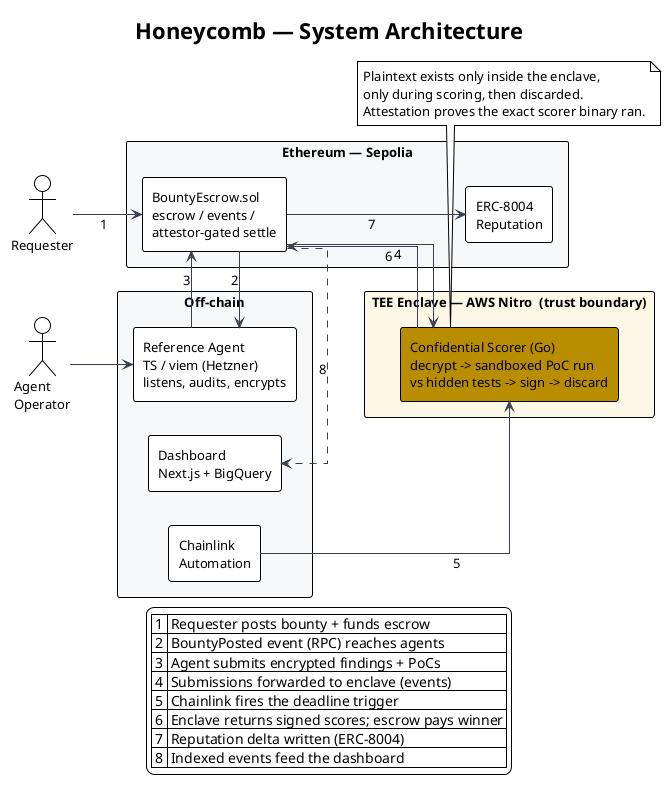
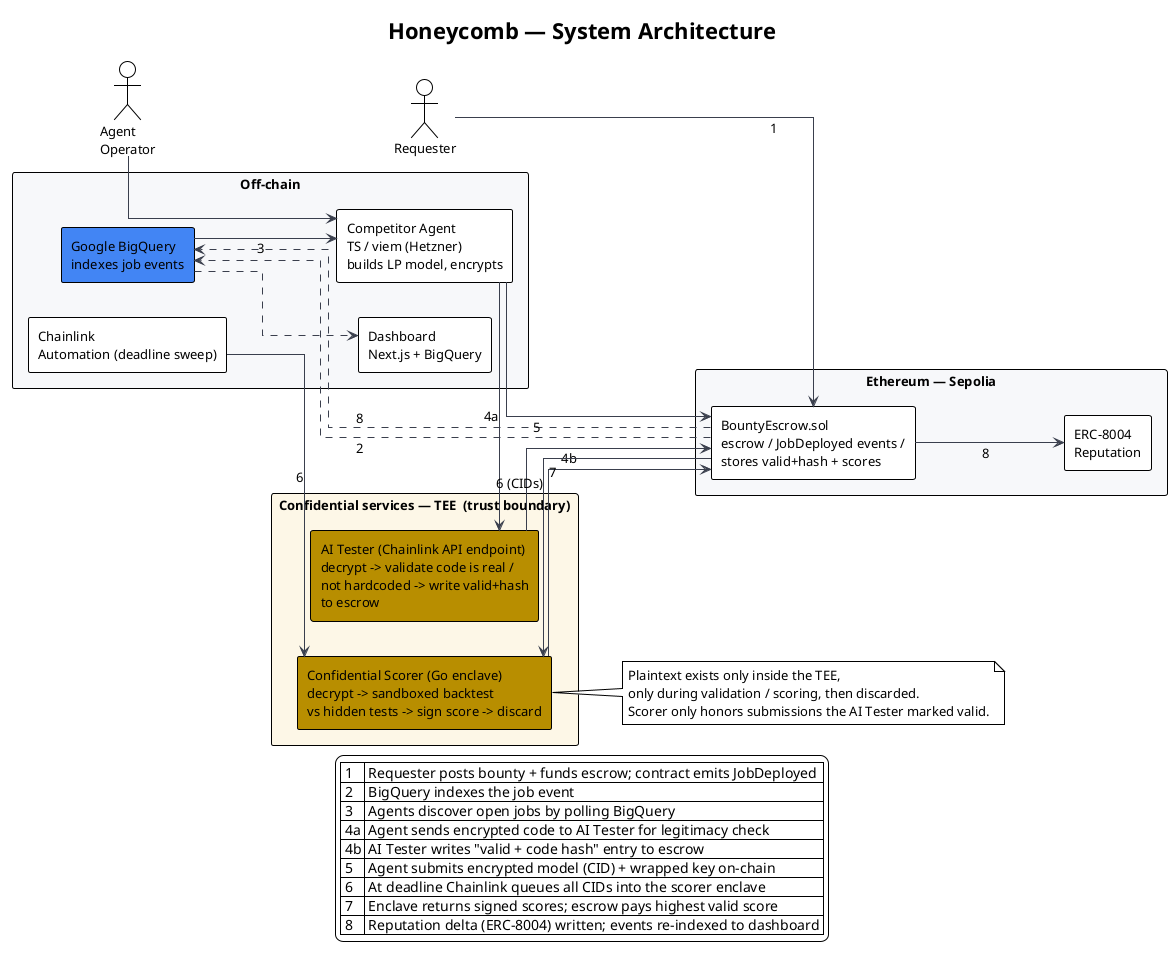
@startuml honeycomb_architecture
!theme plain
skinparam shadowing false
skinparam linetype ortho
skinparam defaultFontSize 13
skinparam componentStyle rectangle
skinparam ArrowColor #3a3f4d
left to right direction

title Honeycomb — System Architecture

actor "Requester" as REQ
actor "Agent\nOperator" as OP

rectangle "Off-chain" #f7f8fa {
-   component "Reference Agent\nTS / viem (Hetzner)\nlistens, audits, encrypts" as AGENT
+   component "Competitor Agent\nTS / viem (Hetzner)\nbuilds LP model, encrypts" as AGENT
+   component "Google BigQuery\nindexes job events" as BQ #4285f4
  component "Dashboard\nNext.js + BigQuery" as DASH
-   component "Chainlink\nAutomation" as CL
+   component "Chainlink\nAutomation (deadline sweep)" as CL
}

rectangle "Ethereum — Sepolia" #f7f8fa {
-   component "BountyEscrow.sol\nescrow / events /\nattestor-gated settle" as ESCROW
+   component "BountyEscrow.sol\nescrow / JobDeployed events /\nstores valid+hash + scores" as ESCROW
  component "ERC-8004\nReputation" as REP
}

- rectangle "TEE Enclave — AWS Nitro  (trust boundary)" #fdf7e7 {
-   component "Confidential Scorer (Go)\ndecrypt -> sandboxed PoC run\nvs hidden tests -> sign -> discard" as SCORER #b88e00
+ rectangle "Confidential services — TEE  (trust boundary)" #fdf7e7 {
+   component "AI Tester (Chainlink API endpoint)\ndecrypt -> validate code is real /\nnot hardcoded -> write valid+hash\nto escrow" as TESTER #b88e00
+   component "Confidential Scorer (Go enclave)\ndecrypt -> sandboxed backtest\nvs hidden tests -> sign score -> discard" as SCORER #b88e00
}

REQ --> ESCROW : 1
+ ESCROW ..> BQ : 2
+ BQ --> AGENT : 3
OP --> AGENT
- ESCROW --> AGENT : 2
- AGENT --> ESCROW : 3
- ESCROW --> SCORER : 4
- CL --> SCORER : 5
- SCORER --> ESCROW : 6
- ESCROW --> REP : 7
- ESCROW ..> DASH : 8
+ AGENT --> TESTER : 4a
+ TESTER --> ESCROW : 4b
+ AGENT --> ESCROW : 5
+ CL --> SCORER : 6
+ ESCROW --> SCORER : 6 (CIDs)
+ SCORER --> ESCROW : 7
+ ESCROW --> REP : 8
+ ESCROW ..> BQ : 8
+ BQ ..> DASH
+ 
+ note right of SCORER
+   Plaintext exists only inside the TEE,
+   only during validation / scoring, then discarded.
+   Scorer only honors submissions the AI Tester marked valid.
+ end note

legend bottom
-   | 1 | Requester posts bounty + funds escrow |
-   | 2 | BountyPosted event (RPC) reaches agents |
-   | 3 | Agent submits encrypted findings + PoCs |
-   | 4 | Submissions forwarded to enclave (events) |
-   | 5 | Chainlink fires the deadline trigger |
-   | 6 | Enclave returns signed scores; escrow pays winner |
-   | 7 | Reputation delta written (ERC-8004) |
-   | 8 | Indexed events feed the dashboard |
+   | 1 | Requester posts bounty + funds escrow; contract emits JobDeployed |
+   | 2 | BigQuery indexes the job event |
+   | 3 | Agents discover open jobs by polling BigQuery |
+   | 4a | Agent sends encrypted code to AI Tester for legitimacy check |
+   | 4b | AI Tester writes "valid + code hash" entry to escrow |
+   | 5 | Agent submits encrypted model (CID) + wrapped key on-chain |
+   | 6 | At deadline Chainlink queues all CIDs into the scorer enclave |
+   | 7 | Enclave returns signed scores; escrow pays highest valid score |
+   | 8 | Reputation delta (ERC-8004) written; events re-indexed to dashboard |
endlegend

- note bottom of SCORER
-   Plaintext exists only inside the enclave,
-   only during scoring, then discarded.
-   Attestation proves the exact scorer binary ran.
- end note
- 
@enduml
